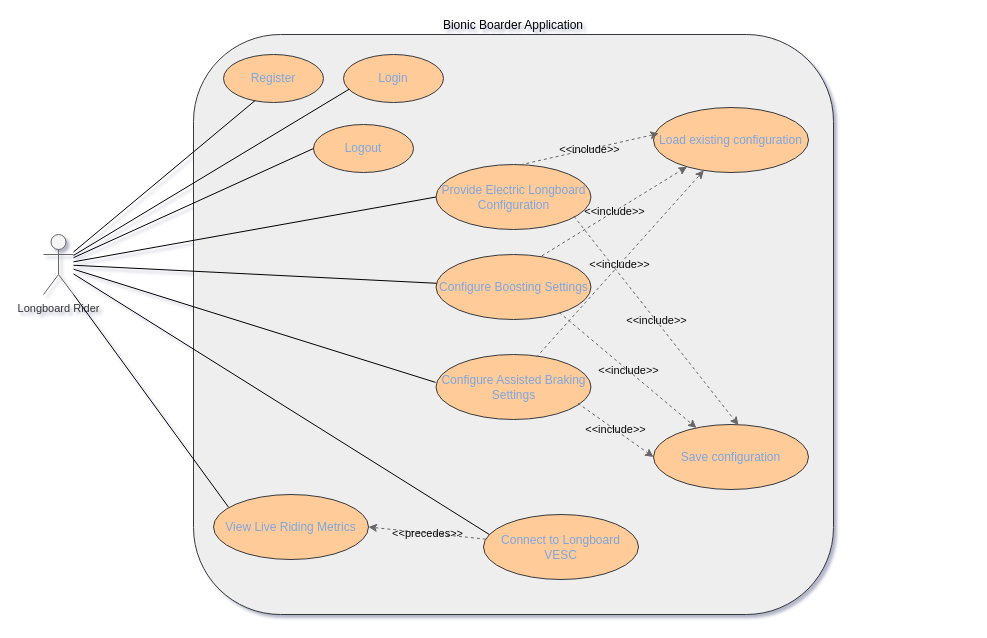
Earlier version of the draw.io diagram diagrams/SRS Functional Requirements Rider Use Case Diagram.drawio (bobacktech/bionic-boarder). Source tidied: cells renumbered, new cells numbered last; positions are measured from the earlier drawing's top-left corner, leaving out a move shared by most shapes. Both pictures are drawn from the tidied source at 100%, with x=0, y=0 at pixel (43, 34).
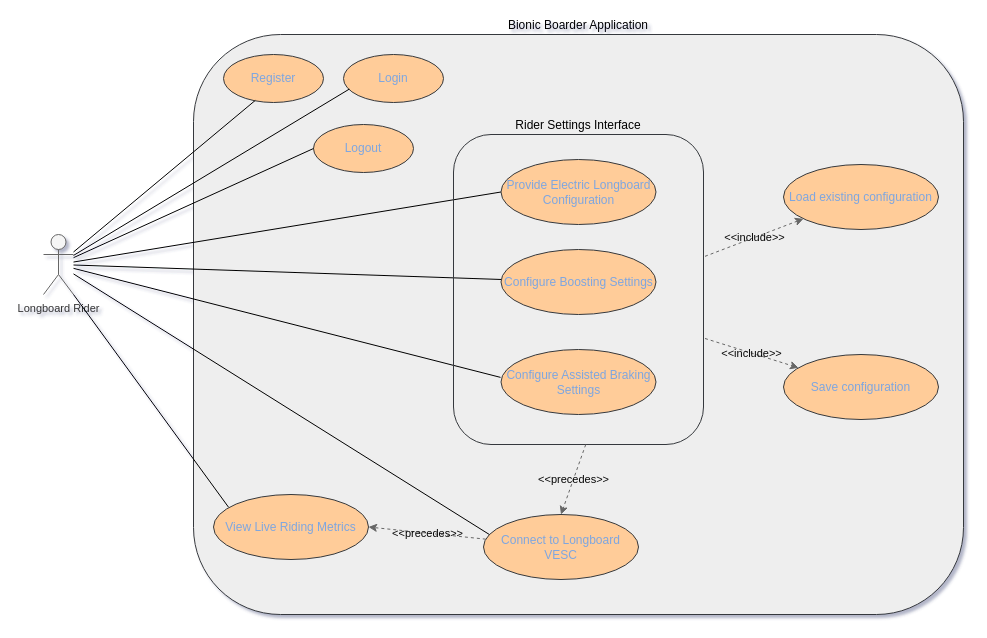
The same page after the edit.

Commit message:
BB-53: Created a separate rider settings section in diagram.

The change refers to these unchanged cells:
```xml
<mxCell id="22" value="Connect to Longboard VESC" style="ellipse;whiteSpace=wrap;html=1;fillColor=#ffcc99;strokeColor=#36393d;fontColor=#7EA6E0;" parent="1" vertex="1">
  <mxGeometry x="440" y="480" width="155" height="65" as="geometry" />
</mxCell>
```

The edit, as a diff of the source:
```diff
@@
     <mxCell id="5" value="&lt;font style=&quot;color: rgb(0, 0, 0);&quot;&gt;Bionic Boarder Application&lt;/font&gt;" style="rounded=1;whiteSpace=wrap;html=1;labelPosition=center;verticalLabelPosition=top;align=center;verticalAlign=bottom;fillColor=#eeeeee;strokeColor=#36393d;" parent="1" vertex="1">
-      <mxGeometry x="150" width="640" height="580" as="geometry" />
+      <mxGeometry x="150" width="770" height="580" as="geometry" />
     </mxCell>
@@
-    <mxCell id="7" value="Provide Electric Longboard Configuration" style="ellipse;whiteSpace=wrap;html=1;fillColor=#ffcc99;strokeColor=#36393d;fontColor=#7EA6E0;" parent="1" vertex="1">
-      <mxGeometry x="392.5" y="130" width="155" height="65" as="geometry" />
-    </mxCell>
-    <mxCell id="8" value="Configure Boosting Settings" style="ellipse;whiteSpace=wrap;html=1;fillColor=#ffcc99;strokeColor=#36393d;fontColor=#7EA6E0;" parent="1" vertex="1">
-      <mxGeometry x="392.5" y="220" width="155" height="65" as="geometry" />
-    </mxCell>
-    <mxCell id="9" value="Configure Assisted Braking Settings" style="ellipse;whiteSpace=wrap;html=1;fillColor=#ffcc99;strokeColor=#36393d;fontColor=#7EA6E0;" parent="1" vertex="1">
-      <mxGeometry x="392.5" y="320" width="155" height="65" as="geometry" />
-    </mxCell>
@@
     <mxCell id="15" value="Load existing configuration" style="ellipse;whiteSpace=wrap;html=1;fillColor=#ffcc99;strokeColor=#36393d;fontColor=#7EA6E0;" parent="1" vertex="1">
-      <mxGeometry x="610" y="73" width="155" height="65" as="geometry" />
+      <mxGeometry x="740" y="130" width="155" height="65" as="geometry" />
     </mxCell>
-    <mxCell id="16" value="&amp;lt;&amp;lt;include&amp;gt;&amp;gt;" style="endArrow=classic;html=1;rounded=0;entryX=0.034;entryY=0.4;entryDx=0;entryDy=0;entryPerimeter=0;exitX=0.545;exitY=0.005;exitDx=0;exitDy=0;exitPerimeter=0;fillColor=#f5f5f5;gradientColor=#b3b3b3;strokeColor=#666666;dashed=1;fontColor=#060606;align=center;labelBackgroundColor=none;" parent="1" edge="1" source="7" target="15">
-      <mxGeometry relative="1" as="geometry" />
-    </mxCell>
-    <mxCell id="17" value="&amp;lt;&amp;lt;include&amp;gt;&amp;gt;" style="endArrow=classic;html=1;rounded=0;exitX=0.683;exitY=0.021;exitDx=0;exitDy=0;exitPerimeter=0;fillColor=#f5f5f5;gradientColor=#b3b3b3;strokeColor=#666666;dashed=1;fontColor=#060606;align=center;labelBackgroundColor=none;" parent="1" edge="1" source="8" target="15">
-      <mxGeometry relative="1" as="geometry" />
-    </mxCell>
-    <mxCell id="18" value="&amp;lt;&amp;lt;include&amp;gt;&amp;gt;" style="endArrow=classic;html=1;rounded=0;exitX=0.648;exitY=0.041;exitDx=0;exitDy=0;exitPerimeter=0;fillColor=#f5f5f5;gradientColor=#b3b3b3;strokeColor=#666666;dashed=1;fontColor=#060606;align=center;labelBackgroundColor=none;" parent="1" edge="1" source="9" target="15">
+    <mxCell id="18" value="&amp;lt;&amp;lt;include&amp;gt;&amp;gt;" style="endArrow=classic;html=1;rounded=0;fillColor=#f5f5f5;gradientColor=#b3b3b3;strokeColor=#666666;dashed=1;fontColor=#060606;align=center;labelBackgroundColor=none;exitX=1.006;exitY=0.393;exitDx=0;exitDy=0;exitPerimeter=0;" parent="1" edge="1" source="31" target="15">
       <mxGeometry relative="1" as="geometry" />
     </mxCell>
@@
     <mxCell id="27" value="Save configuration" style="ellipse;whiteSpace=wrap;html=1;fillColor=#ffcc99;strokeColor=#36393d;fontColor=#7EA6E0;" parent="1" vertex="1">
-      <mxGeometry x="610" y="390" width="155" height="65" as="geometry" />
+      <mxGeometry x="740" y="320" width="155" height="65" as="geometry" />
     </mxCell>
-    <mxCell id="28" value="&amp;lt;&amp;lt;include&amp;gt;&amp;gt;" style="endArrow=classic;html=1;rounded=0;exitX=0.915;exitY=0.749;exitDx=0;exitDy=0;exitPerimeter=0;fillColor=#f5f5f5;gradientColor=#b3b3b3;strokeColor=#666666;dashed=1;fontColor=#060606;align=center;labelBackgroundColor=none;entryX=0;entryY=0.5;entryDx=0;entryDy=0;" parent="1" edge="1" source="9" target="27">
-      <mxGeometry relative="1" as="geometry" />
-    </mxCell>
+    <mxCell id="31" value="&lt;font color=&quot;#000000&quot;&gt;Rider Settings Interface&lt;/font&gt;" style="rounded=1;whiteSpace=wrap;html=1;labelPosition=center;verticalLabelPosition=top;align=center;verticalAlign=bottom;fillColor=none;strokeColor=#36393d;" parent="1" vertex="1">
+      <mxGeometry x="410" y="100" width="250" height="310" as="geometry" />
+    </mxCell>
-    <mxCell id="29" value="&amp;lt;&amp;lt;include&amp;gt;&amp;gt;" style="endArrow=classic;html=1;rounded=0;exitX=0.795;exitY=0.892;exitDx=0;exitDy=0;exitPerimeter=0;fillColor=#f5f5f5;gradientColor=#b3b3b3;strokeColor=#666666;dashed=1;fontColor=#060606;align=center;labelBackgroundColor=none;" parent="1" edge="1" source="8" target="27">
+    <mxCell id="29" value="&amp;lt;&amp;lt;include&amp;gt;&amp;gt;" style="endArrow=classic;html=1;rounded=0;exitX=1.006;exitY=0.658;exitDx=0;exitDy=0;exitPerimeter=0;fillColor=#f5f5f5;gradientColor=#b3b3b3;strokeColor=#666666;dashed=1;fontColor=#060606;align=center;labelBackgroundColor=none;" parent="1" edge="1" source="31" target="27">
       <mxGeometry relative="1" as="geometry" />
     </mxCell>
-    <mxCell id="30" value="&amp;lt;&amp;lt;include&amp;gt;&amp;gt;" style="endArrow=classic;html=1;rounded=0;exitX=0.889;exitY=0.795;exitDx=0;exitDy=0;exitPerimeter=0;fillColor=#f5f5f5;gradientColor=#b3b3b3;strokeColor=#666666;dashed=1;fontColor=#060606;align=center;labelBackgroundColor=none;entryX=0.548;entryY=0.01;entryDx=0;entryDy=0;entryPerimeter=0;" parent="1" edge="1" source="7" target="27">
-      <mxGeometry relative="1" as="geometry" />
-    </mxCell>
+    <mxCell id="7" value="Provide Electric Longboard Configuration" style="ellipse;whiteSpace=wrap;html=1;fillColor=#ffcc99;strokeColor=#36393d;fontColor=#7EA6E0;" parent="1" vertex="1">
+      <mxGeometry x="457.5" y="125" width="155" height="65" as="geometry" />
+    </mxCell>
+    <mxCell id="8" value="Configure Boosting Settings" style="ellipse;whiteSpace=wrap;html=1;fillColor=#ffcc99;strokeColor=#36393d;fontColor=#7EA6E0;" parent="1" vertex="1">
+      <mxGeometry x="457.5" y="215" width="155" height="65" as="geometry" />
+    </mxCell>
+    <mxCell id="9" value="Configure Assisted Braking Settings" style="ellipse;whiteSpace=wrap;html=1;fillColor=#ffcc99;strokeColor=#36393d;fontColor=#7EA6E0;" parent="1" vertex="1">
+      <mxGeometry x="457.5" y="315" width="155" height="65" as="geometry" />
+    </mxCell>
+    <mxCell id="32" value="&amp;lt;&amp;lt;precedes&amp;gt;&amp;gt;" style="endArrow=classic;html=1;rounded=0;fillColor=#f5f5f5;gradientColor=#b3b3b3;strokeColor=#666666;dashed=1;fontColor=#060606;align=center;labelBackgroundColor=none;entryX=0.5;entryY=0;entryDx=0;entryDy=0;exitX=0.529;exitY=1;exitDx=0;exitDy=0;exitPerimeter=0;" parent="1" edge="1" source="31" target="22">
+      <mxGeometry relative="1" as="geometry" />
+    </mxCell>
```
